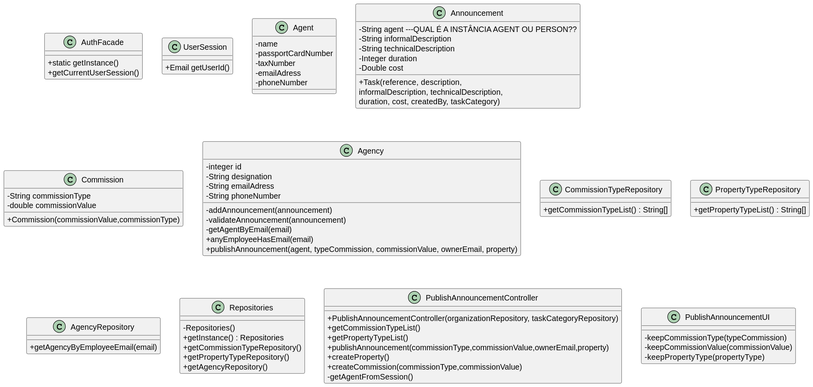
This is docs/sprintB/us002/03.design/svg/us002-class-diagram.svg from rita-barbosa/LAPR2-2223, a PlantUML export, as it was before one commit.
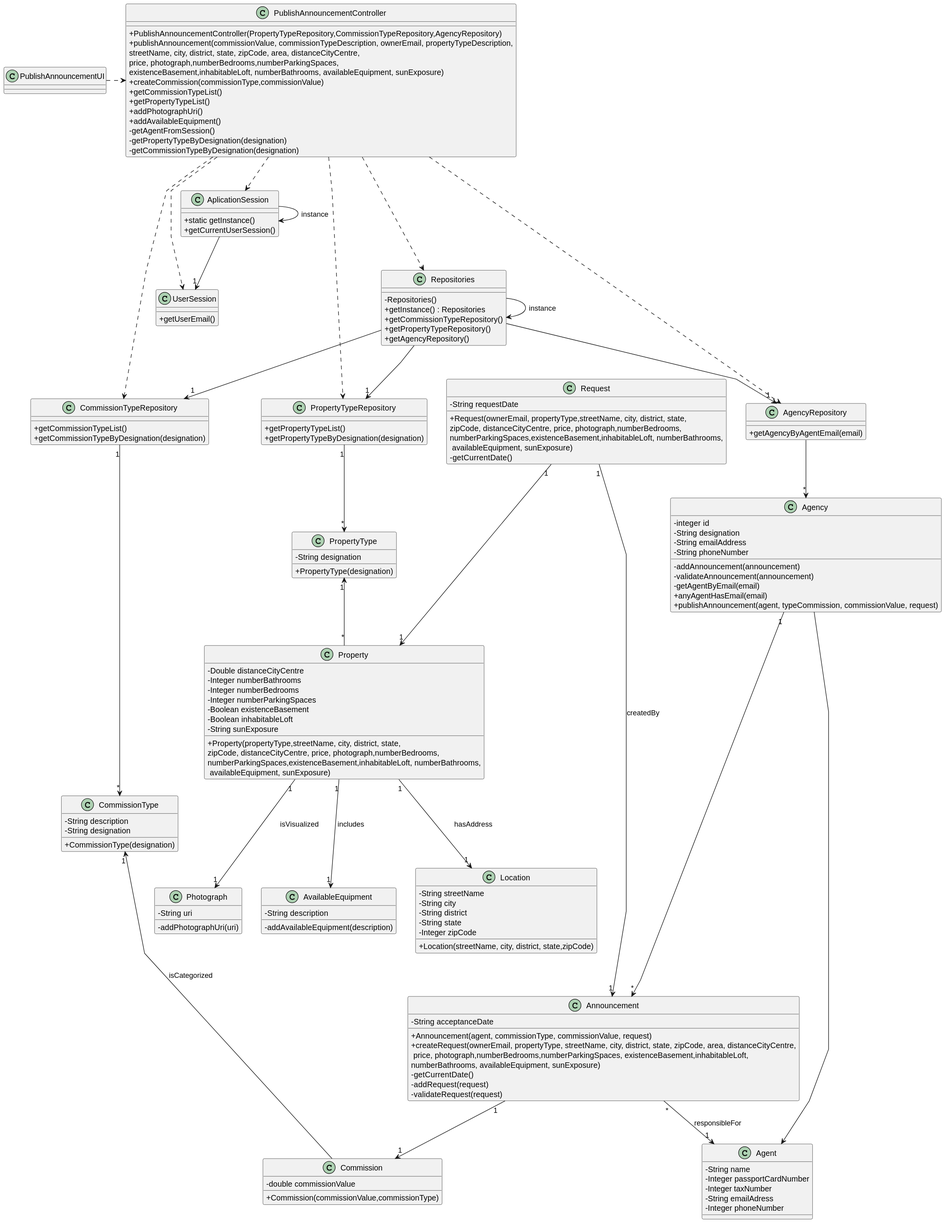
After the commit.

Diff of the diagram source:
```diff
@@ -6,63 +6,102 @@
 skinparam classAttributeIconSize 0
 
 
-class AuthFacade
+class AplicationSession
 {
     + static getInstance()
     + getCurrentUserSession()
 }
+class Property
+{
+- Double distanceCityCentre
+- Integer numberBathrooms
+- Integer numberBedrooms
+- Integer numberParkingSpaces
+- Boolean existenceBasement
+- Boolean inhabitableLoft
+- String sunExposure
++ Property(propertyType,streetName, city, district, state,\nzipCode, distanceCityCentre, price, photograph,numberBedrooms,\nnumberParkingSpaces,existenceBasement,inhabitableLoft, numberBathrooms,\n availableEquipment, sunExposure)
+}
+class Location
+{
+- String streetName
+- String city
+- String district
+- String state
+- Integer zipCode
++ Location(streetName, city, district, state,zipCode)
+}
+class Photograph
+{
+- String uri
+- addPhotographUri(uri)
+}
+class AvailableEquipment
+{
+- String description
+- addAvailableEquipment(description)
+}
 
 class UserSession
 {
-    +Email getUserId()
+    + getUserEmail()
 }
 
 class Agent {
-    - name
-    - passportCardNumber
-    - taxNumber
-    - emailAdress
-    - phoneNumber
+    - String name
+    - Integer passportCardNumber
+    - Integer taxNumber
+    - String emailAdress
+    - Integer phoneNumber
 }
 
 class Announcement {
-    - String agent  ---QUAL É A INSTÂNCIA AGENT OU PERSON??
-    - String informalDescription
-    - String technicalDescription
-    - Integer duration
-    - Double cost
+    - String acceptanceDate
 
-    + Task(reference, description,\ninformalDescription, technicalDescription,\nduration, cost, createdBy, taskCategory)
+    + Announcement(agent, commissionType, commissionValue, request)
+    + createRequest(ownerEmail, propertyType, streetName, city, district, state, zipCode, area, distanceCityCentre,\n price, photograph,numberBedrooms,numberParkingSpaces, existenceBasement,inhabitableLoft,\nnumberBathrooms, availableEquipment, sunExposure)
+    -getCurrentDate()
+    -addRequest(request)
+    -validateRequest(request)
 }
 class Commission {
-- String commissionType
 - double commissionValue
-
 + Commission(commissionValue,commissionType)
 }
-
+class CommissionType
+{
+- String description
+}
+class Request
+{
+- String requestDate
++ Request(ownerEmail, propertyType,streetName, city, district, state,\nzipCode, distanceCityCentre, price, photograph,numberBedrooms,\nnumberParkingSpaces,existenceBasement,inhabitableLoft, numberBathrooms,\n availableEquipment, sunExposure)
+- getCurrentDate()
+}
 class Agency {
     - integer id
     - String designation
-    - String emailAdress
+    - String emailAddress
     - String phoneNumber
 
     - addAnnouncement(announcement)
     - validateAnnouncement(announcement)
     - getAgentByEmail(email)
-    + anyEmployeeHasEmail(email)
-    + publishAnnouncement(agent, typeCommission, commissionValue, ownerEmail, property)
+    + anyAgentHasEmail(email)
+    + publishAnnouncement(agent, typeCommission, commissionValue, request)
 }
 
 class CommissionTypeRepository {
-    + getCommissionTypeList() : String[]
+    + getCommissionTypeList()
+    + getCommissionTypeByDesignation(designation)
 }
 class PropertyTypeRepository {
-    + getPropertyTypeList() : String[]
+    + getPropertyTypeList()
+    + getPropertyTypeByDesignation(designation)
 }
 
 class AgencyRepository {
-    + getAgencyByEmployeeEmail(email)
+    + getAgencyByAgentEmail(email)
 }
 
 class Repositories {
@@ -74,20 +113,59 @@
 }
 
 class PublishAnnouncementController {
-    + PublishAnnouncementController(organizationRepository, taskCategoryRepository)
+    + PublishAnnouncementController(PropertyTypeRepository,CommissionTypeRepository,AgencyRepository)
+    + publishAnnouncement(commissionValue, commissionTypeDescription, ownerEmail, propertyTypeDescription,\nstreetName, city, district, state, zipCode, area, distanceCityCentre,\nprice, photograph,numberBedrooms,numberParkingSpaces,\nexistenceBasement,inhabitableLoft, numberBathrooms, availableEquipment, sunExposure)
+    + createCommission(commissionType,commissionValue)
     + getCommissionTypeList()
     + getPropertyTypeList()
-    + publishAnnouncement(commissionType,commissionValue,ownerEmail,property)
-    + createProperty()
-    + createCommission(commissionType,commissionValue)
+    + addPhotographUri()
+    + addAvailableEquipment()
     - getAgentFromSession()
+    - getPropertyTypeByDesignation(designation)
+    - getCommissionTypeByDesignation(designation)
+}
+class PropertyType
+{
+- String designation
++ PropertyType(designation)
+}
+class CommissionType
+{
+- String designation
++ CommissionType(designation)
+}
+class PublishAnnouncementUI {
 }
 
 
 
-class PublishAnnouncementUI {
-- keepCommissionType(typeCommission)
-- keepCommissionValue(commissionValue)
-- keepPropertyType(propertyType)
-}
+PublishAnnouncementUI .> PublishAnnouncementController
+PublishAnnouncementController .-> UserSession
+PublishAnnouncementController .-> AplicationSession
+AplicationSession -> AplicationSession : instance
+AplicationSession --> "1" UserSession
+PublishAnnouncementController .--> Repositories
+PublishAnnouncementController .-> PropertyTypeRepository
+PublishAnnouncementController .-> CommissionTypeRepository
+PublishAnnouncementController .-> AgencyRepository
+
+Repositories -> Repositories : instance
+Repositories --> "1" CommissionTypeRepository
+Repositories --> "1" PropertyTypeRepository
+Repositories --> "1" AgencyRepository
+AgencyRepository --> "*" Agency
+Agency "1" ----> "*" Announcement
+
+Announcement "*" --> "1" Agent : responsibleFor
+CommissionTypeRepository "1" ---> "*" CommissionType
+CommissionType "1" <-- Commission : isCategorized
+Announcement "1" --> "1" Commission
+Request "1" --> "1" Announcement : createdBy
+Request "1" ---> "1" Property
+Agency ----> Agent
+PropertyTypeRepository "1" --> "*" PropertyType
+PropertyType "1" <-- "*" Property
+Property "1" --> "1" Location : hasAddress
+Property "1" --> "1" Photograph : isVisualized
+Property "1" --> "1" AvailableEquipment : includes
 @enduml
```
